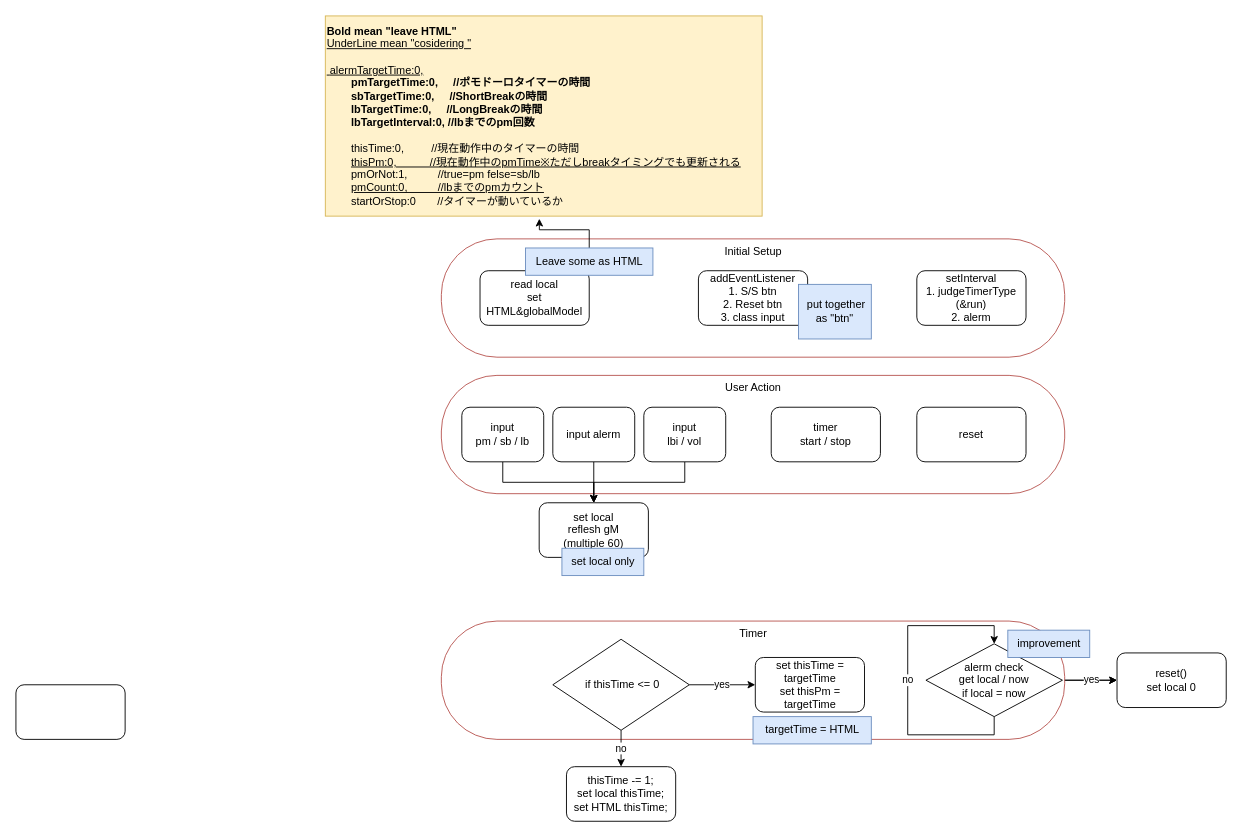
Earlier version of the draw.io diagram pomodoroFlow.drawio (Kohki-Takatama/Pomodoro). Source tidied: cells renumbered, new cells numbered last; positions are measured from the earlier drawing's top-left corner, leaving out a move shared by most shapes. Both pictures are drawn from the tidied source at 91%, with x=0, y=0 at pixel (15, 15).
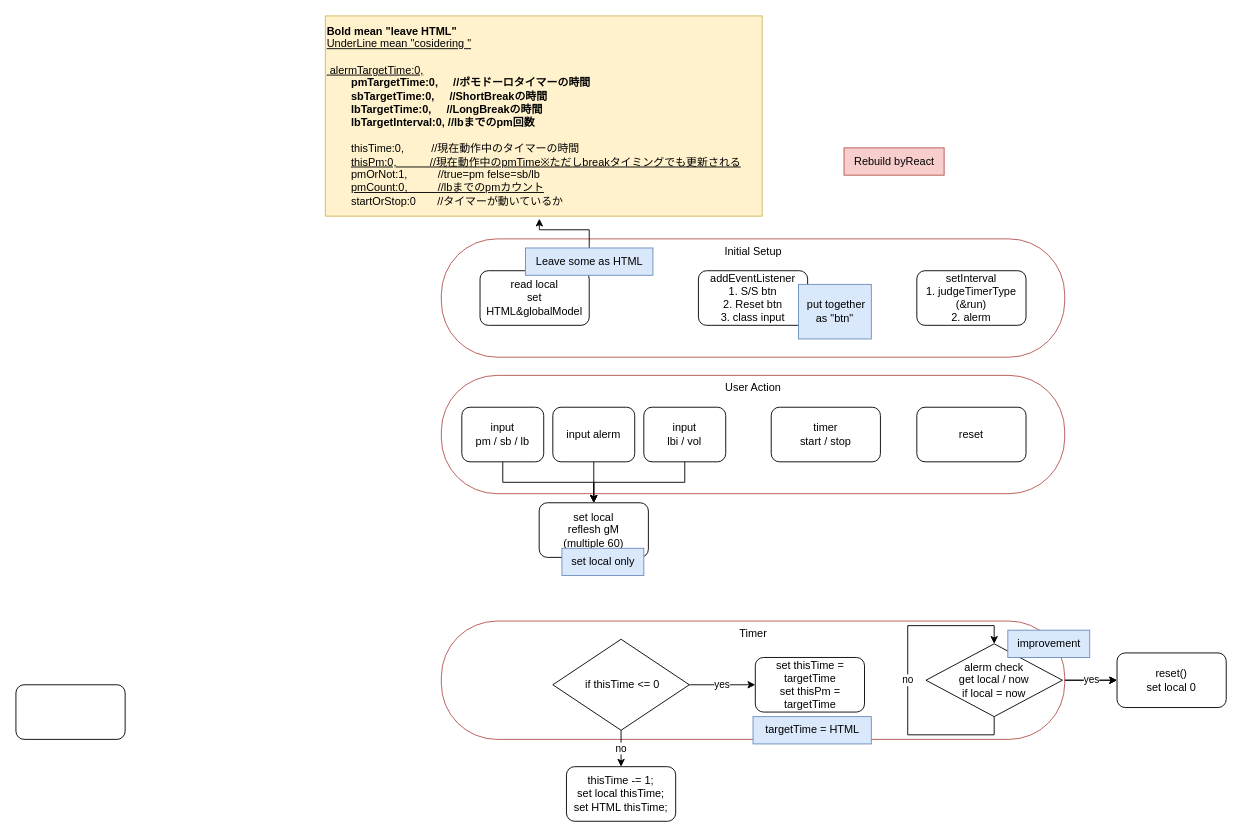
After the change.

Commit message:
pomodoroFlow.drawio を更新します

The edit, as a diff of the source:
```diff
@@
+    <mxCell id="35" value="Rebuild byReact" style="text;html=1;align=center;verticalAlign=middle;strokeColor=#b85450;fillColor=#f8cecc;" parent="1" vertex="1">
+      <mxGeometry x="910" y="145" width="110" height="30" as="geometry" />
+    </mxCell>
```
